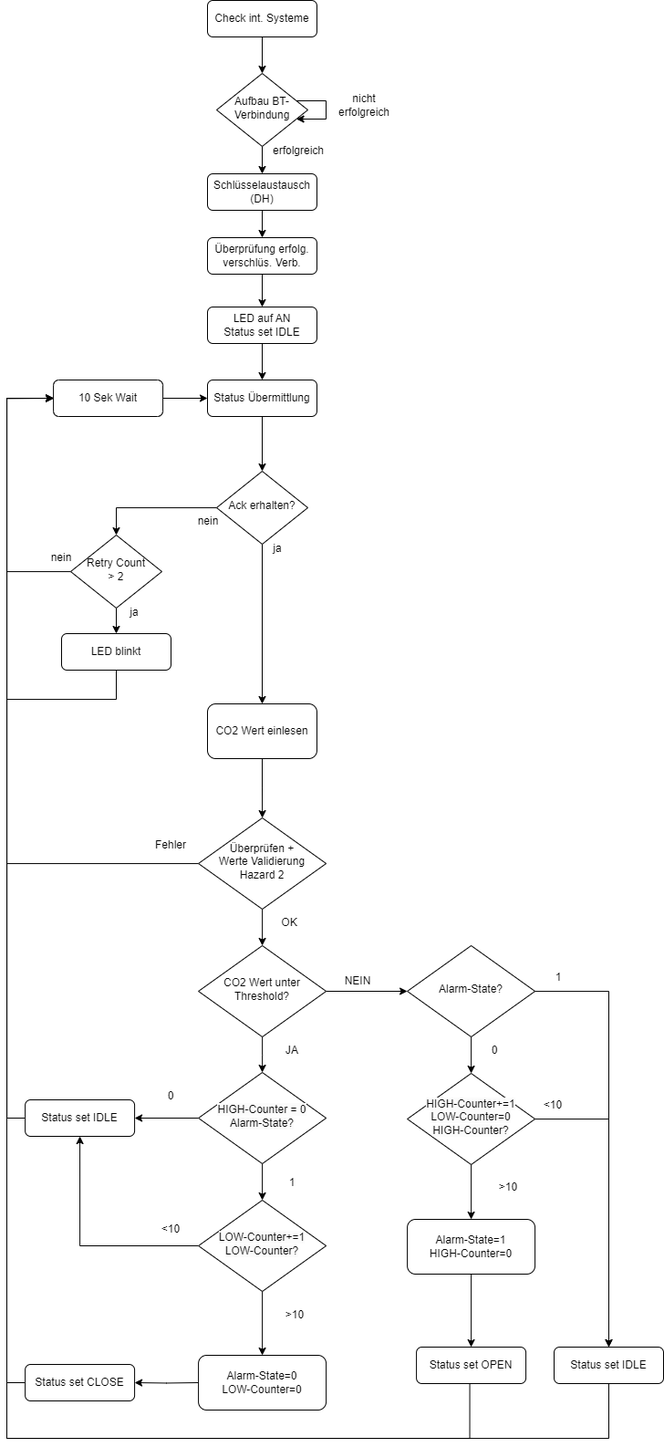
Before: IDP_Designdokument/images/ablaufdiag_adriuno.drawio.png, a diagram exported from draw.io (apg1034/RoomVentilation). Source tidied: cells renumbered, new cells last; positions are measured from the earlier drawing's top-left corner, leaving out a move shared by most shapes.
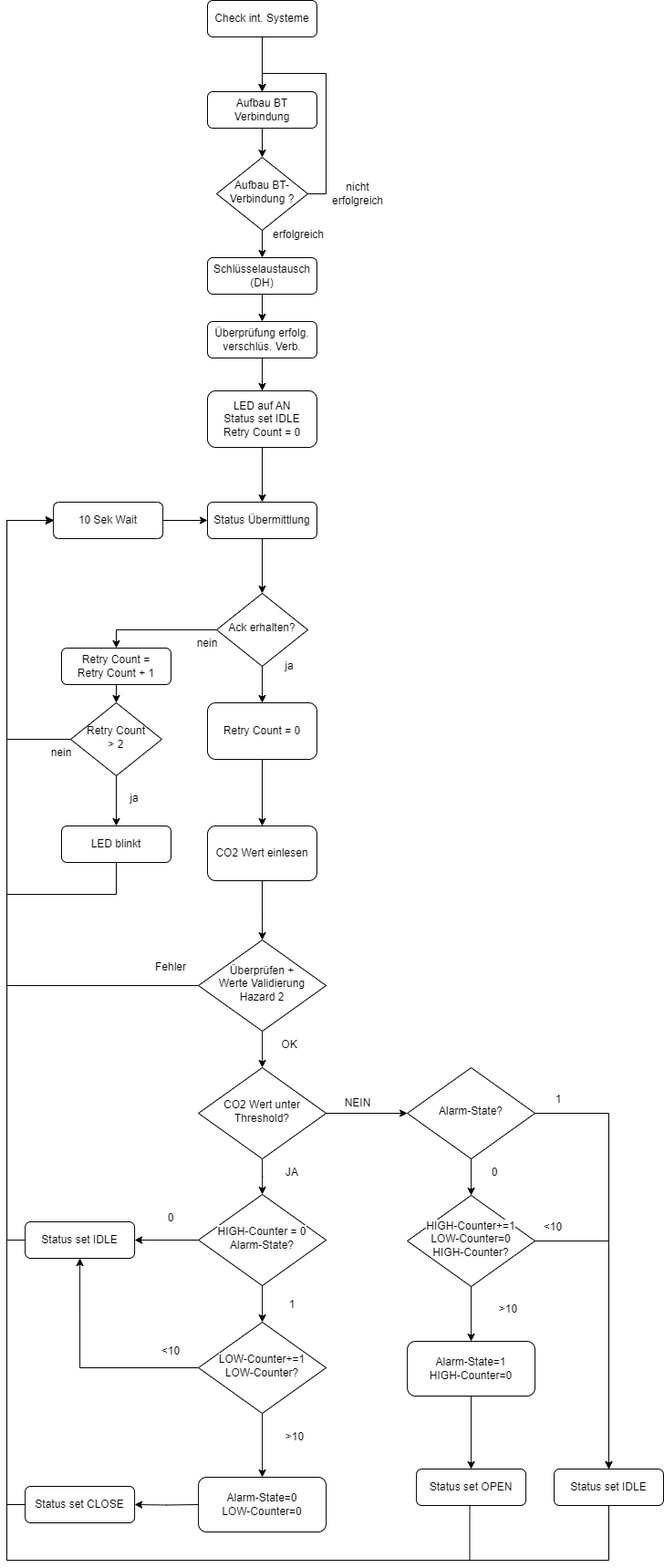
After the change.

Diff of the diagram source:
```diff
@@ -2,38 +2,38 @@
   <root>
     <mxCell id="0" />
     <mxCell id="1" parent="0" />
-    <mxCell id="2" style="edgeStyle=orthogonalEdgeStyle;rounded=0;jettySize=auto;html=1;entryX=0.5;entryY=0;entryDx=0;entryDy=0;" parent="1" edge="1" source="3" target="5">
-      <mxGeometry relative="1" as="geometry" />
-    </mxCell>
+    <mxCell id="75" style="edgeStyle=orthogonalEdgeStyle;rounded=0;jettySize=auto;html=1;" parent="1" edge="1" source="3" target="80">
+      <mxGeometry relative="1" as="geometry" />
+    </mxCell>
     <mxCell id="3" value="Check int. Systeme" style="rounded=1;whiteSpace=wrap;html=1;fontSize=12;glass=0;strokeWidth=1;shadow=0;" parent="1" vertex="1">
-      <mxGeometry x="220" width="120" height="40" as="geometry" />
+      <mxGeometry x="220" y="-134" width="120" height="40" as="geometry" />
     </mxCell>
     <mxCell id="4" style="edgeStyle=orthogonalEdgeStyle;rounded=0;jettySize=auto;html=1;entryX=0.5;entryY=0;entryDx=0;entryDy=0;" parent="1" edge="1" source="5" target="9">
       <mxGeometry relative="1" as="geometry" />
     </mxCell>
+    <mxCell id="76" style="edgeStyle=orthogonalEdgeStyle;rounded=0;jettySize=auto;html=1;entryX=0.5;entryY=0;entryDx=0;entryDy=0;exitX=1;exitY=0.5;exitDx=0;exitDy=0;" parent="1" edge="1" source="5" target="80">
+      <mxGeometry relative="1" as="geometry" />
+    </mxCell>
-    <mxCell id="5" value="Aufbau BT-Verbindung" style="rhombus;whiteSpace=wrap;html=1;shadow=0;fontFamily=Helvetica;fontSize=12;align=center;strokeWidth=1;spacing=6;spacingTop=-4;" parent="1" vertex="1">
-      <mxGeometry x="230" y="80" width="100" height="80" as="geometry" />
+    <mxCell id="5" value="Aufbau BT-Verbindung ?" style="rhombus;whiteSpace=wrap;html=1;shadow=0;fontFamily=Helvetica;fontSize=12;align=center;strokeWidth=1;spacing=6;spacingTop=-4;" parent="1" vertex="1">
+      <mxGeometry x="230" y="38" width="100" height="80" as="geometry" />
     </mxCell>
-    <mxCell id="6" style="edgeStyle=orthogonalEdgeStyle;rounded=0;orthogonalLoop=1;jettySize=auto;html=1;" parent="1" edge="1" source="5" target="5">
-      <mxGeometry relative="1" as="geometry" />
-    </mxCell>
     <mxCell id="7" value="nicht erfolgreich" style="text;html=1;align=center;verticalAlign=middle;whiteSpace=wrap;rounded=0;" parent="1" vertex="1">
-      <mxGeometry x="362" y="100" width="60" height="30" as="geometry" />
+      <mxGeometry x="355.1" y="63" width="60" height="30" as="geometry" />
     </mxCell>
     <mxCell id="8" style="edgeStyle=orthogonalEdgeStyle;rounded=0;jettySize=auto;html=1;entryX=0.5;entryY=0;entryDx=0;entryDy=0;" parent="1" edge="1" source="9" target="10">
       <mxGeometry relative="1" as="geometry" />
     </mxCell>
     <mxCell id="9" value="Schlüsselaustausch (DH)" style="rounded=1;whiteSpace=wrap;html=1;fontSize=12;glass=0;strokeWidth=1;shadow=0;" parent="1" vertex="1">
-      <mxGeometry x="220" y="190" width="120" height="40" as="geometry" />
+      <mxGeometry x="220" y="148" width="120" height="40" as="geometry" />
     </mxCell>
     <mxCell id="10" value="Überprüfung erfolg. verschlüs. Verb." style="rounded=1;whiteSpace=wrap;html=1;fontSize=12;glass=0;strokeWidth=1;shadow=0;" parent="1" vertex="1">
-      <mxGeometry x="220" y="260" width="120" height="40" as="geometry" />
+      <mxGeometry x="220" y="218" width="120" height="40" as="geometry" />
     </mxCell>
     <mxCell id="11" style="edgeStyle=orthogonalEdgeStyle;rounded=0;jettySize=auto;html=1;entryX=0.5;entryY=0;entryDx=0;entryDy=0;" parent="1" edge="1" source="12" target="14">
       <mxGeometry relative="1" as="geometry" />
     </mxCell>
-    <mxCell id="12" value="LED auf AN&lt;div&gt;Status set IDLE&lt;/div&gt;" style="rounded=1;whiteSpace=wrap;html=1;fontSize=12;glass=0;strokeWidth=1;shadow=0;" parent="1" vertex="1">
-      <mxGeometry x="220" y="336" width="120" height="40" as="geometry" />
+    <mxCell id="12" value="LED auf AN&lt;div&gt;Status set IDLE&lt;br&gt;Retry Count = 0&lt;/div&gt;" style="rounded=1;whiteSpace=wrap;html=1;fontSize=12;glass=0;strokeWidth=1;shadow=0;" parent="1" vertex="1">
+      <mxGeometry x="220" y="294" width="120" height="62" as="geometry" />
     </mxCell>
     <mxCell id="13" style="edgeStyle=orthogonalEdgeStyle;rounded=0;jettySize=auto;html=1;entryX=0.5;entryY=0;entryDx=0;entryDy=0;" parent="1" edge="1" source="14" target="17">
       <mxGeometry relative="1" as="geometry" />
@@ -41,27 +41,27 @@
     <mxCell id="14" value="Status Übermittlung" style="rounded=1;whiteSpace=wrap;html=1;fontSize=12;glass=0;strokeWidth=1;shadow=0;" parent="1" vertex="1">
       <mxGeometry x="220" y="416" width="120" height="40" as="geometry" />
     </mxCell>
-    <mxCell id="15" style="edgeStyle=orthogonalEdgeStyle;rounded=0;jettySize=auto;html=1;entryX=0.5;entryY=0;entryDx=0;entryDy=0;" parent="1" edge="1" source="17" target="74">
-      <mxGeometry relative="1" as="geometry" />
-    </mxCell>
-    <mxCell id="16" style="edgeStyle=orthogonalEdgeStyle;rounded=0;jettySize=auto;html=1;entryX=0.5;entryY=0;entryDx=0;entryDy=0;" parent="1" edge="1" source="17" target="68">
-      <mxGeometry relative="1" as="geometry" />
-    </mxCell>
+    <mxCell id="77" style="edgeStyle=orthogonalEdgeStyle;rounded=0;jettySize=auto;html=1;entryX=0.5;entryY=0;entryDx=0;entryDy=0;" parent="1" edge="1" source="17" target="82">
+      <mxGeometry relative="1" as="geometry" />
+    </mxCell>
+    <mxCell id="78" style="edgeStyle=orthogonalEdgeStyle;rounded=0;jettySize=auto;html=1;" parent="1" edge="1" source="17" target="84">
+      <mxGeometry relative="1" as="geometry" />
+    </mxCell>
     <mxCell id="17" value="Ack erhalten?" style="rhombus;whiteSpace=wrap;html=1;shadow=0;fontFamily=Helvetica;fontSize=12;align=center;strokeWidth=1;spacing=6;spacingTop=-4;" parent="1" vertex="1">
       <mxGeometry x="230" y="516" width="100" height="80" as="geometry" />
     </mxCell>
     <mxCell id="18" value="ja" style="text;html=1;align=center;verticalAlign=middle;whiteSpace=wrap;rounded=0;" parent="1" vertex="1">
-      <mxGeometry x="267" y="586" width="60" height="30" as="geometry" />
+      <mxGeometry x="280.1" y="581" width="60" height="30" as="geometry" />
     </mxCell>
     <mxCell id="19" value="nein" style="text;html=1;align=center;verticalAlign=middle;whiteSpace=wrap;rounded=0;" parent="1" vertex="1">
-      <mxGeometry x="191" y="556" width="60" height="30" as="geometry" />
+      <mxGeometry x="190" y="556" width="60" height="30" as="geometry" />
     </mxCell>
     <mxCell id="20" value="erfolgreich" style="text;html=1;align=center;verticalAlign=middle;whiteSpace=wrap;rounded=0;" parent="1" vertex="1">
-      <mxGeometry x="290" y="150" width="60" height="30" as="geometry" />
+      <mxGeometry x="290" y="108" width="60" height="30" as="geometry" />
     </mxCell>
     <mxCell id="21" style="edgeStyle=orthogonalEdgeStyle;rounded=0;jettySize=auto;html=1;entryX=0.5;entryY=0;entryDx=0;entryDy=0;" parent="1" edge="1" target="12">
       <mxGeometry relative="1" as="geometry">
-        <mxPoint x="280" y="300" as="sourcePoint" />
+        <mxPoint x="280" y="258" as="sourcePoint" />
       </mxGeometry>
     </mxCell>
     <mxCell id="22" style="edgeStyle=orthogonalEdgeStyle;rounded=0;jettySize=auto;html=1;entryX=0.5;entryY=0;entryDx=0;entryDy=0;" parent="1" edge="1" source="24" target="54">
@@ -224,7 +224,7 @@
     <mxCell id="66" style="edgeStyle=orthogonalEdgeStyle;rounded=0;jettySize=auto;html=1;entryX=0;entryY=0.5;entryDx=0;entryDy=0;" parent="1" edge="1" source="68" target="30">
       <mxGeometry relative="1" as="geometry">
         <Array as="points">
-          <mxPoint y="626" />
+          <mxPoint y="676" />
           <mxPoint y="436" />
         </Array>
       </mxGeometry>
@@ -233,25 +233,25 @@
       <mxGeometry relative="1" as="geometry" />
     </mxCell>
     <mxCell id="68" value="Retry Count &lt;br&gt;&amp;gt; 2" style="rhombus;whiteSpace=wrap;html=1;shadow=0;fontFamily=Helvetica;fontSize=12;align=center;strokeWidth=1;spacing=6;spacingTop=-4;" parent="1" vertex="1">
-      <mxGeometry x="70" y="586" width="100" height="80" as="geometry" />
+      <mxGeometry x="70" y="636" width="100" height="80" as="geometry" />
     </mxCell>
     <mxCell id="69" value="ja" style="text;html=1;align=center;verticalAlign=middle;whiteSpace=wrap;rounded=0;" parent="1" vertex="1">
-      <mxGeometry x="110" y="656" width="60" height="30" as="geometry" />
+      <mxGeometry x="110" y="726" width="60" height="30" as="geometry" />
     </mxCell>
     <mxCell id="70" style="edgeStyle=orthogonalEdgeStyle;rounded=0;jettySize=auto;html=1;entryX=0;entryY=0.5;entryDx=0;entryDy=0;" parent="1" edge="1" source="71" target="30">
       <mxGeometry relative="1" as="geometry">
         <Array as="points">
-          <mxPoint x="120" y="766" />
-          <mxPoint y="766" />
+          <mxPoint x="120" y="846" />
+          <mxPoint y="846" />
           <mxPoint y="436" />
         </Array>
       </mxGeometry>
     </mxCell>
     <mxCell id="71" value="LED blin&lt;span style=&quot;background-color: initial;&quot;&gt;kt&lt;/span&gt;" style="rounded=1;whiteSpace=wrap;html=1;fontSize=12;glass=0;strokeWidth=1;shadow=0;" parent="1" vertex="1">
-      <mxGeometry x="60" y="694" width="120" height="40" as="geometry" />
+      <mxGeometry x="60" y="771" width="120" height="40" as="geometry" />
     </mxCell>
     <mxCell id="72" value="nein" style="text;html=1;align=center;verticalAlign=middle;whiteSpace=wrap;rounded=0;" parent="1" vertex="1">
-      <mxGeometry x="30" y="596" width="60" height="30" as="geometry" />
+      <mxGeometry x="30" y="676" width="60" height="30" as="geometry" />
     </mxCell>
     <mxCell id="73" style="edgeStyle=orthogonalEdgeStyle;rounded=0;jettySize=auto;html=1;" parent="1" edge="1" source="74" target="24">
       <mxGeometry relative="1" as="geometry" />
@@ -259,5 +259,25 @@
     <mxCell id="74" value="CO2 Wert einlesen" style="rounded=1;whiteSpace=wrap;html=1;" parent="1" vertex="1">
       <mxGeometry x="220" y="771" width="120" height="60" as="geometry" />
     </mxCell>
+    <mxCell id="79" style="edgeStyle=orthogonalEdgeStyle;rounded=0;jettySize=auto;html=1;" parent="1" edge="1" source="80" target="5">
+      <mxGeometry relative="1" as="geometry" />
+    </mxCell>
+    <mxCell id="80" value="Aufbau BT Verbindung" style="rounded=1;whiteSpace=wrap;html=1;fontSize=12;glass=0;strokeWidth=1;shadow=0;" parent="1" vertex="1">
+      <mxGeometry x="220" y="-34" width="120" height="40" as="geometry" />
+    </mxCell>
+    <mxCell id="81" style="edgeStyle=orthogonalEdgeStyle;rounded=0;jettySize=auto;html=1;" parent="1" edge="1" source="82">
+      <mxGeometry relative="1" as="geometry">
+        <mxPoint x="120" y="636" as="targetPoint" />
+      </mxGeometry>
+    </mxCell>
+    <mxCell id="82" value="Retry Count = &lt;br&gt;Retry Count + 1" style="rounded=1;whiteSpace=wrap;html=1;fontSize=12;glass=0;strokeWidth=1;shadow=0;" parent="1" vertex="1">
+      <mxGeometry x="60" y="576" width="120" height="40" as="geometry" />
+    </mxCell>
+    <mxCell id="83" style="edgeStyle=orthogonalEdgeStyle;rounded=0;jettySize=auto;html=1;" parent="1" edge="1" source="84" target="74">
+      <mxGeometry relative="1" as="geometry" />
+    </mxCell>
+    <mxCell id="84" value="&lt;div&gt;Retry Count = 0&lt;/div&gt;" style="rounded=1;whiteSpace=wrap;html=1;fontSize=12;glass=0;strokeWidth=1;shadow=0;" parent="1" vertex="1">
+      <mxGeometry x="220" y="636" width="120" height="62" as="geometry" />
+    </mxCell>
   </root>
 </mxGraphModel>
```
